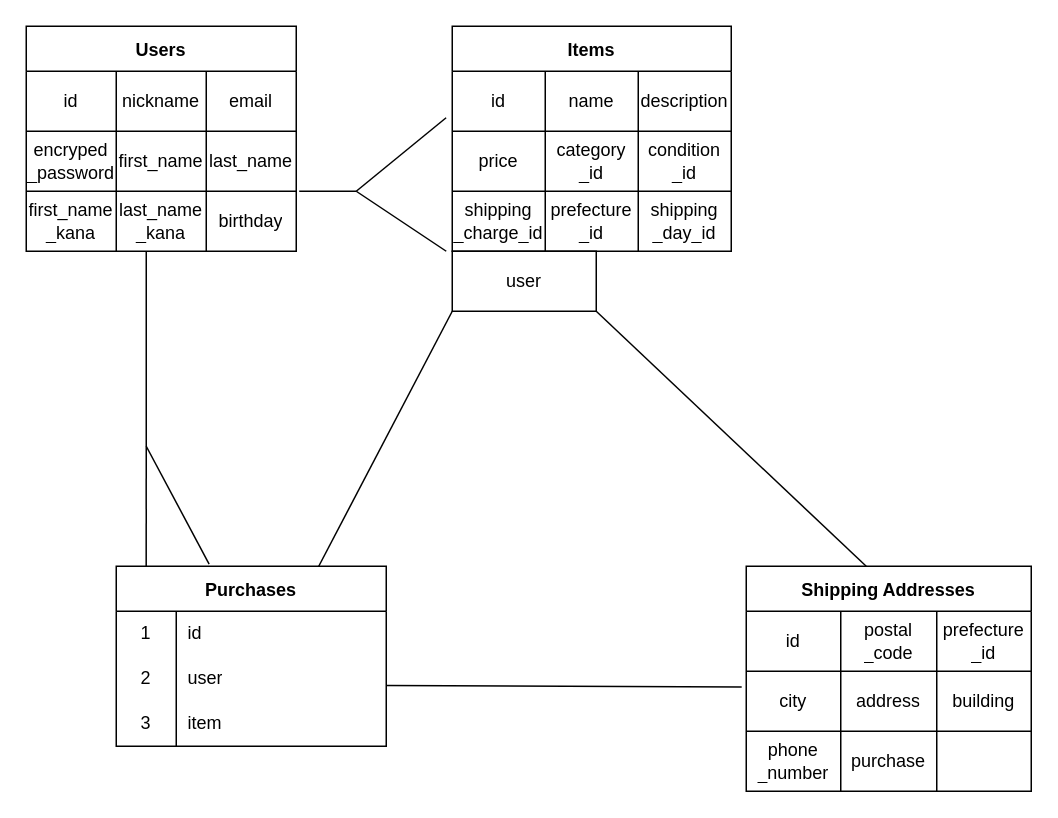
Newriver758/furima-41029 keeps this draw.io diagram as test.dio. Above is the earlier version. Source tidied: cells renumbered, new cells numbered last; positions are measured from the earlier drawing's top-left corner, leaving out a move shared by most shapes. Both pictures are drawn from the tidied source at 150%, with x=0, y=0 at pixel (26, 26).
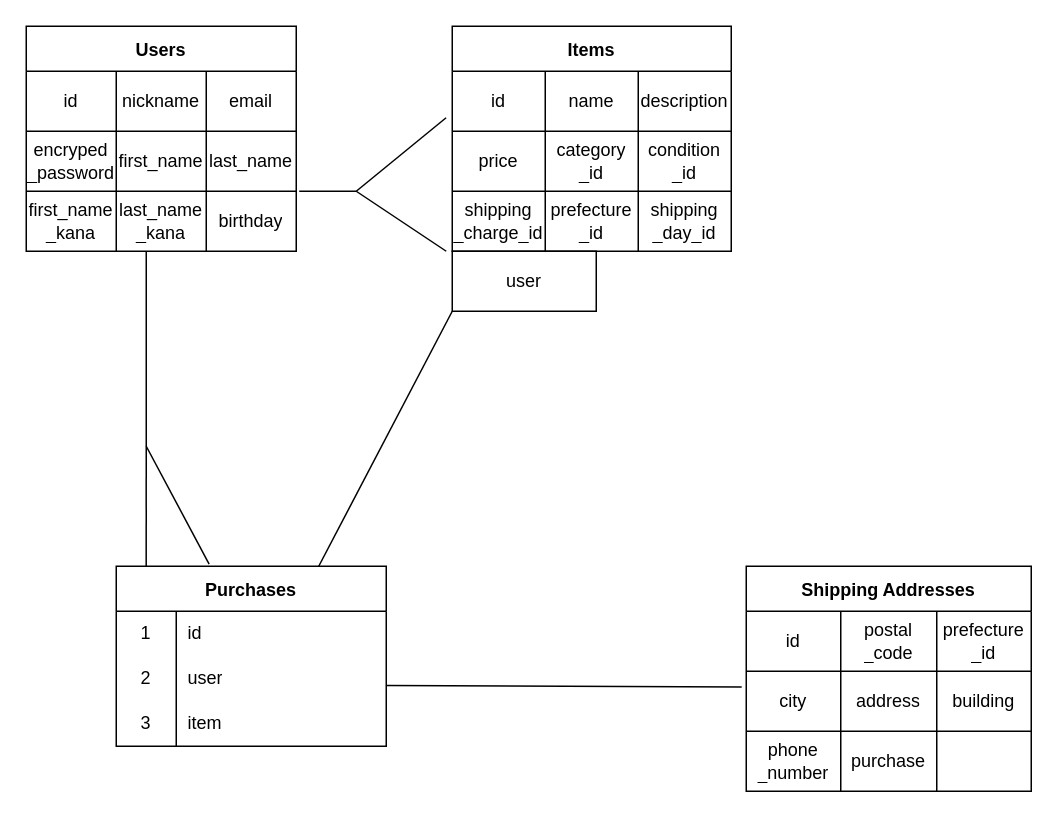
Above is the later version.

Commit message:
ER図アソシエーション修正(items-shipping_addresses)

Unchanged cells that the change refers to:
```xml
<mxCell id="28" value="Shipping Addresses" style="shape=table;startSize=30;childLayout=tableLayout;fontStyle=1;align=center;" parent="1" vertex="1">
  <mxGeometry x="480" y="360" width="190" height="150" as="geometry" />
</mxCell>
```

Diff of the diagram source:
```diff
@@
-    <mxCell id="47" style="endArrow=none;html=1;exitX=0.421;exitY=0;exitDx=0;exitDy=0;exitPerimeter=0;" parent="1" edge="1" source="28">
-      <mxGeometry relative="1" as="geometry">
-        <mxPoint x="380" y="190" as="targetPoint" />
-      </mxGeometry>
-    </mxCell>
```
